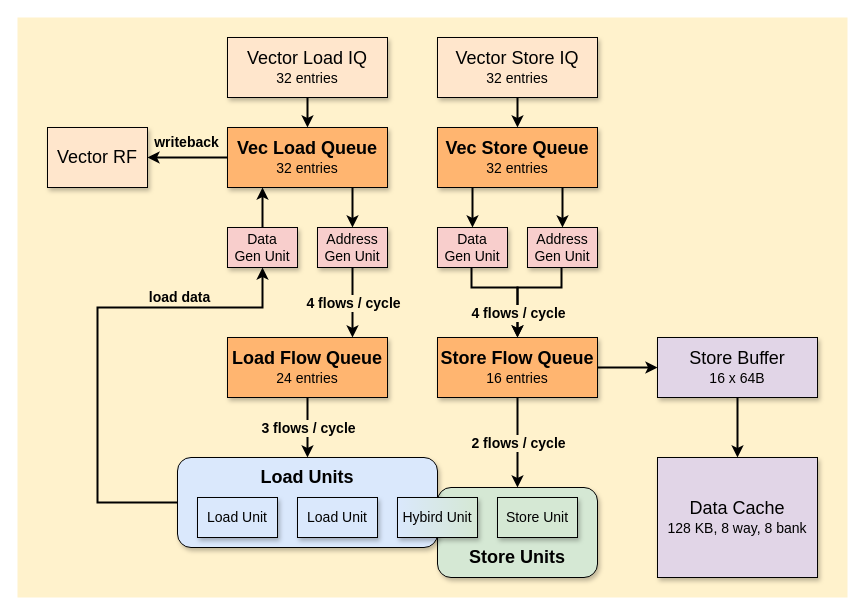
The draw.io diagram vector3.drawio in Ziyue-Zhang/draw_picture, before the edit. Source tidied: cells renumbered, new cells numbered last; positions are measured from the earlier drawing's top-left corner, leaving out a move shared by most shapes. Both pictures are drawn from the tidied source at 100%, with x=0, y=0 at pixel (17, 17).
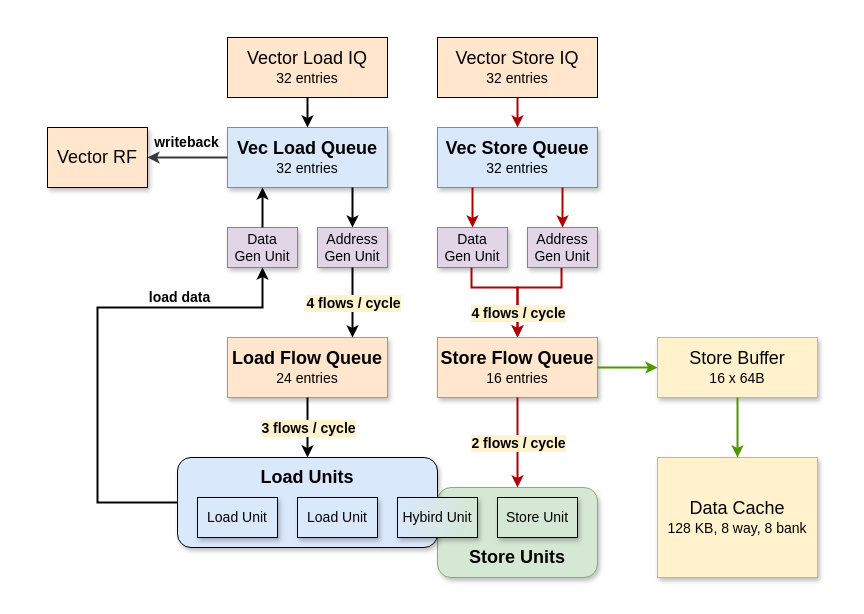
Above is the later version.

The change refers to these unchanged cells:
```xml
<mxCell id="35" value="&lt;font style=&quot;font-size: 18px;&quot;&gt;Vector RF&lt;/font&gt;" style="rounded=0;whiteSpace=wrap;html=1;fillColor=#ffe6cc;strokeColor=default;fontFamily=Helvetica;shadow=1;" parent="1" vertex="1">
  <mxGeometry x="30" y="110" width="100" height="60" as="geometry" />
</mxCell>
```

What changed in the source:
```diff
@@
-    <mxCell id="2" style="rounded=0;whiteSpace=wrap;html=1;fontSize=22;fillColor=#fff2cc;align=center;strokeColor=none;" parent="1" vertex="1">
-      <mxGeometry width="830" height="580" as="geometry" />
-    </mxCell>
-    <mxCell id="3" style="endArrow=classic;html=1;rounded=0;fontSize=14;strokeWidth=2;" parent="1" edge="1">
+    <mxCell id="3" style="endArrow=classic;html=1;rounded=0;fontSize=14;strokeWidth=2;fillColor=#e51400;strokeColor=#B20000;" parent="1" edge="1">
       <mxGeometry relative="1" as="geometry">
         <mxPoint x="544" y="250" as="sourcePoint" />
         <mxPoint x="500" y="320" as="targetPoint" />
         <Array as="points">
           <mxPoint x="544" y="270" />
           <mxPoint x="500" y="270" />
         </Array>
       </mxGeometry>
     </mxCell>
-    <mxCell id="4" style="rounded=1;whiteSpace=wrap;html=1;shadow=1;strokeColor=default;fontSize=14;fillColor=#d5e8d4;" parent="1" vertex="1">
+    <mxCell id="4" style="rounded=1;whiteSpace=wrap;html=1;shadow=1;strokeColor=#82b366;fontSize=14;fillColor=#d5e8d4;" parent="1" vertex="1">
       <mxGeometry x="420" y="470" width="160" height="90" as="geometry" />
     </mxCell>
@@
-    <mxCell id="6" value="&lt;font style=&quot;&quot;&gt;&lt;font style=&quot;font-size: 18px;&quot;&gt;Vector Load IQ&lt;/font&gt;&lt;br&gt;&lt;font style=&quot;font-size: 14px;&quot;&gt;32 entries&lt;/font&gt;&lt;/font&gt;" style="rounded=0;whiteSpace=wrap;html=1;fillColor=#ffe6cc;strokeColor=default;fontFamily=Helvetica;shadow=1;" parent="1" vertex="1">
+    <mxCell id="6" value="&lt;font style=&quot;&quot;&gt;&lt;font style=&quot;font-size: 18px;&quot;&gt;Vector Load IQ&lt;/font&gt;&lt;br&gt;&lt;font style=&quot;font-size: 14px;&quot;&gt;32 entries&lt;/font&gt;&lt;/font&gt;" style="rounded=0;whiteSpace=wrap;html=1;fillColor=#ffe6cc;strokeColor=default;fontFamily=Helvetica;shadow=0;" parent="1" vertex="1">
       <mxGeometry x="210" y="20" width="160" height="60" as="geometry" />
     </mxCell>
-    <mxCell id="7" value="&lt;font style=&quot;&quot;&gt;&lt;font style=&quot;font-size: 18px;&quot;&gt;Vector Store IQ&lt;/font&gt;&lt;br&gt;&lt;font style=&quot;font-size: 14px;&quot;&gt;32 entries&lt;/font&gt;&lt;/font&gt;" style="rounded=0;whiteSpace=wrap;html=1;fillColor=#ffe6cc;strokeColor=default;fontFamily=Helvetica;shadow=1;" parent="1" vertex="1">
+    <mxCell id="7" value="&lt;font style=&quot;&quot;&gt;&lt;font style=&quot;font-size: 18px;&quot;&gt;Vector Store IQ&lt;/font&gt;&lt;br&gt;&lt;font style=&quot;font-size: 14px;&quot;&gt;32 entries&lt;/font&gt;&lt;/font&gt;" style="rounded=0;whiteSpace=wrap;html=1;fillColor=#ffe6cc;strokeColor=default;fontFamily=Helvetica;shadow=0;" parent="1" vertex="1">
       <mxGeometry x="420" y="20" width="160" height="60" as="geometry" />
     </mxCell>
-    <mxCell id="8" value="&lt;b&gt;&lt;font style=&quot;font-size: 18px;&quot;&gt;Vec Load Queue&lt;/font&gt;&lt;/b&gt;&lt;br&gt;&lt;font style=&quot;font-size: 14px;&quot;&gt;32 entries&lt;/font&gt;" style="rounded=0;whiteSpace=wrap;html=1;fillColor=#FFB570;strokeColor=default;fontFamily=Helvetica;shadow=1;" parent="1" vertex="1">
+    <mxCell id="8" value="&lt;b&gt;&lt;font style=&quot;font-size: 18px;&quot;&gt;Vec Load Queue&lt;/font&gt;&lt;/b&gt;&lt;br&gt;&lt;font style=&quot;font-size: 14px;&quot;&gt;32 entries&lt;/font&gt;" style="rounded=0;whiteSpace=wrap;html=1;fillColor=#dae8fc;strokeColor=#6c8ebf;fontFamily=Helvetica;shadow=1;" parent="1" vertex="1">
       <mxGeometry x="210" y="110" width="160" height="60" as="geometry" />
     </mxCell>
@@
-    <mxCell id="12" value="&lt;b&gt;&lt;font style=&quot;font-size: 18px;&quot;&gt;Vec Store Queue&lt;/font&gt;&lt;/b&gt;&lt;br&gt;&lt;font style=&quot;font-size: 14px;&quot;&gt;32 entries&lt;/font&gt;" style="rounded=0;whiteSpace=wrap;html=1;fillColor=#FFB570;strokeColor=default;fontFamily=Helvetica;shadow=1;" parent="1" vertex="1">
+    <mxCell id="12" value="&lt;b&gt;&lt;font style=&quot;font-size: 18px;&quot;&gt;Vec Store Queue&lt;/font&gt;&lt;/b&gt;&lt;br&gt;&lt;font style=&quot;font-size: 14px;&quot;&gt;32 entries&lt;/font&gt;" style="rounded=0;whiteSpace=wrap;html=1;fillColor=#dae8fc;strokeColor=#6c8ebf;fontFamily=Helvetica;shadow=1;" parent="1" vertex="1">
       <mxGeometry x="420" y="110" width="160" height="60" as="geometry" />
     </mxCell>
@@
-    <mxCell id="14" value="&lt;font style=&quot;font-size: 14px;&quot;&gt;Address Gen Unit&lt;/font&gt;" style="rounded=0;whiteSpace=wrap;html=1;fillColor=#f8cecc;strokeColor=default;fontFamily=Helvetica;shadow=1;" parent="1" vertex="1">
+    <mxCell id="14" value="&lt;font style=&quot;font-size: 14px;&quot;&gt;Address Gen Unit&lt;/font&gt;" style="rounded=0;whiteSpace=wrap;html=1;fillColor=#e1d5e7;strokeColor=#9673a6;fontFamily=Helvetica;shadow=1;" parent="1" vertex="1">
       <mxGeometry x="510" y="210" width="70" height="40" as="geometry" />
     </mxCell>
-    <mxCell id="15" value="&lt;b&gt;&lt;font style=&quot;font-size: 18px;&quot;&gt;Load Flow Queue&lt;/font&gt;&lt;/b&gt;&lt;br&gt;&lt;font style=&quot;font-size: 14px;&quot;&gt;24 entries&lt;/font&gt;" style="rounded=0;whiteSpace=wrap;html=1;fillColor=#FFB570;strokeColor=default;fontFamily=Helvetica;shadow=1;" parent="1" vertex="1">
+    <mxCell id="15" value="&lt;b&gt;&lt;font style=&quot;font-size: 18px;&quot;&gt;Load Flow Queue&lt;/font&gt;&lt;/b&gt;&lt;br&gt;&lt;font style=&quot;font-size: 14px;&quot;&gt;24 entries&lt;/font&gt;" style="rounded=0;whiteSpace=wrap;html=1;fillColor=#ffe6cc;strokeColor=#d79b00;fontFamily=Helvetica;shadow=1;" parent="1" vertex="1">
       <mxGeometry x="210" y="320" width="160" height="60" as="geometry" />
     </mxCell>
-    <mxCell id="16" value="&lt;font size=&quot;1&quot; style=&quot;&quot;&gt;&lt;b style=&quot;font-size: 18px;&quot;&gt;Store Flow Queue&lt;/b&gt;&lt;/font&gt;&lt;br&gt;&lt;font style=&quot;font-size: 14px;&quot;&gt;16 entries&lt;/font&gt;" style="rounded=0;whiteSpace=wrap;html=1;fillColor=#FFB570;strokeColor=default;fontFamily=Helvetica;shadow=1;" parent="1" vertex="1">
+    <mxCell id="16" value="&lt;font size=&quot;1&quot; style=&quot;&quot;&gt;&lt;b style=&quot;font-size: 18px;&quot;&gt;Store Flow Queue&lt;/b&gt;&lt;/font&gt;&lt;br&gt;&lt;font style=&quot;font-size: 14px;&quot;&gt;16 entries&lt;/font&gt;" style="rounded=0;whiteSpace=wrap;html=1;fillColor=#ffe6cc;strokeColor=#d79b00;fontFamily=Helvetica;shadow=1;" parent="1" vertex="1">
       <mxGeometry x="420" y="320" width="160" height="60" as="geometry" />
     </mxCell>
-    <mxCell id="17" value="&lt;font style=&quot;font-size: 14px;&quot;&gt;Data &lt;br&gt;Gen Unit&lt;/font&gt;" style="rounded=0;whiteSpace=wrap;html=1;fillColor=#f8cecc;strokeColor=default;fontFamily=Helvetica;shadow=1;" parent="1" vertex="1">
+    <mxCell id="17" value="&lt;font style=&quot;font-size: 14px;&quot;&gt;Data &lt;br&gt;Gen Unit&lt;/font&gt;" style="rounded=0;whiteSpace=wrap;html=1;fillColor=#e1d5e7;strokeColor=#9673a6;fontFamily=Helvetica;shadow=1;" parent="1" vertex="1">
       <mxGeometry x="420" y="210" width="70" height="40" as="geometry" />
     </mxCell>
-    <mxCell id="18" value="&lt;font style=&quot;font-size: 14px;&quot;&gt;Address Gen Unit&lt;/font&gt;" style="rounded=0;whiteSpace=wrap;html=1;fillColor=#f8cecc;strokeColor=default;fontFamily=Helvetica;shadow=1;" parent="1" vertex="1">
+    <mxCell id="18" value="&lt;font style=&quot;font-size: 14px;&quot;&gt;Address Gen Unit&lt;/font&gt;" style="rounded=0;whiteSpace=wrap;html=1;fillColor=#e1d5e7;strokeColor=#9673a6;fontFamily=Helvetica;shadow=1;" parent="1" vertex="1">
       <mxGeometry x="300" y="210" width="70" height="40" as="geometry" />
     </mxCell>
-    <mxCell id="19" value="&lt;font style=&quot;font-size: 14px;&quot;&gt;Data &lt;br&gt;Gen Unit&lt;/font&gt;" style="rounded=0;whiteSpace=wrap;html=1;fillColor=#f8cecc;strokeColor=default;fontFamily=Helvetica;shadow=1;" parent="1" vertex="1">
+    <mxCell id="19" value="&lt;font style=&quot;font-size: 14px;&quot;&gt;Data &lt;br&gt;Gen Unit&lt;/font&gt;" style="rounded=0;whiteSpace=wrap;html=1;fillColor=#e1d5e7;strokeColor=#9673a6;fontFamily=Helvetica;shadow=1;" parent="1" vertex="1">
       <mxGeometry x="210" y="210" width="70" height="40" as="geometry" />
     </mxCell>
@@
-    <mxCell id="23" style="endArrow=classic;html=1;rounded=0;fontSize=14;exitX=0.5;exitY=1;exitDx=0;exitDy=0;entryX=0.5;entryY=0;entryDx=0;entryDy=0;strokeWidth=2;" parent="1" edge="1" source="7" target="12">
+    <mxCell id="23" style="endArrow=classic;html=1;rounded=0;fontSize=14;exitX=0.5;exitY=1;exitDx=0;exitDy=0;entryX=0.5;entryY=0;entryDx=0;entryDy=0;strokeWidth=2;fillColor=#e51400;strokeColor=#B20000;" parent="1" edge="1" source="7" target="12">
       <mxGeometry relative="1" as="geometry" />
     </mxCell>
@@
-    <mxCell id="26" style="endArrow=classic;html=1;rounded=0;fontSize=14;strokeWidth=2;exitX=0.5;exitY=1;exitDx=0;exitDy=0;entryX=0.5;entryY=0;entryDx=0;entryDy=0;" parent="1" edge="1" source="16" target="4">
+    <mxCell id="26" style="endArrow=classic;html=1;rounded=0;fontSize=14;strokeWidth=2;exitX=0.5;exitY=1;exitDx=0;exitDy=0;entryX=0.5;entryY=0;entryDx=0;entryDy=0;fillColor=#e51400;strokeColor=#B20000;" parent="1" edge="1" source="16" target="4">
       <mxGeometry relative="1" as="geometry" />
     </mxCell>
@@
-    <mxCell id="30" style="endArrow=classic;html=1;rounded=0;fontSize=14;strokeWidth=2;entryX=0.5;entryY=0;entryDx=0;entryDy=0;" parent="1" edge="1" target="16">
+    <mxCell id="30" style="endArrow=classic;html=1;rounded=0;fontSize=14;strokeWidth=2;entryX=0.5;entryY=0;entryDx=0;entryDy=0;fillColor=#e51400;strokeColor=#B20000;" parent="1" edge="1" target="16">
       <mxGeometry relative="1" as="geometry">
         <mxPoint x="454" y="250" as="sourcePoint" />
         <Array as="points">
           <mxPoint x="454" y="270" />
           <mxPoint x="500" y="270" />
         </Array>
       </mxGeometry>
     </mxCell>
@@
-    <mxCell id="33" value="&lt;font style=&quot;&quot;&gt;&lt;font style=&quot;font-size: 18px;&quot;&gt;Store Buffer&lt;/font&gt;&lt;br&gt;&lt;font style=&quot;font-size: 14px;&quot;&gt;16 x 64B&lt;/font&gt;&lt;/font&gt;" style="rounded=0;whiteSpace=wrap;html=1;fillColor=#e1d5e7;strokeColor=default;fontFamily=Helvetica;shadow=1;" parent="1" vertex="1">
+    <mxCell id="33" value="&lt;font style=&quot;&quot;&gt;&lt;font style=&quot;font-size: 18px;&quot;&gt;Store Buffer&lt;/font&gt;&lt;br&gt;&lt;font style=&quot;font-size: 14px;&quot;&gt;16 x 64B&lt;/font&gt;&lt;/font&gt;" style="rounded=0;whiteSpace=wrap;html=1;fillColor=#fff2cc;strokeColor=#d6b656;fontFamily=Helvetica;shadow=1;" parent="1" vertex="1">
       <mxGeometry x="640" y="320" width="160" height="60" as="geometry" />
     </mxCell>
-    <mxCell id="34" style="endArrow=classic;html=1;rounded=0;fontSize=14;exitX=1;exitY=0.5;exitDx=0;exitDy=0;entryX=0;entryY=0.5;entryDx=0;entryDy=0;strokeWidth=2;" parent="1" edge="1" source="16" target="33">
+    <mxCell id="34" style="endArrow=classic;html=1;rounded=0;fontSize=14;exitX=1;exitY=0.5;exitDx=0;exitDy=0;entryX=0;entryY=0.5;entryDx=0;entryDy=0;strokeWidth=2;fillColor=#d5e8d4;strokeColor=#4D9900;gradientColor=#97d077;" parent="1" edge="1" source="16" target="33">
       <mxGeometry relative="1" as="geometry" />
     </mxCell>
@@
-    <mxCell id="36" style="endArrow=classic;html=1;rounded=0;fontSize=14;exitX=0;exitY=0.5;exitDx=0;exitDy=0;entryX=1;entryY=0.5;entryDx=0;entryDy=0;strokeWidth=2;strokeColor=default;" parent="1" edge="1" source="8" target="35">
+    <mxCell id="36" style="endArrow=classic;html=1;rounded=0;fontSize=14;exitX=0;exitY=0.5;exitDx=0;exitDy=0;entryX=1;entryY=0.5;entryDx=0;entryDy=0;strokeWidth=2;strokeColor=#36393d;fillColor=#cdeb8b;" parent="1" edge="1" source="8" target="35">
       <mxGeometry relative="1" as="geometry" />
     </mxCell>
@@
-    <mxCell id="39" style="endArrow=classic;html=1;rounded=0;fontSize=14;exitX=0.5;exitY=1;exitDx=0;exitDy=0;entryX=0.5;entryY=0;entryDx=0;entryDy=0;strokeWidth=2;" parent="1" edge="1" source="33" target="40">
+    <mxCell id="39" style="endArrow=classic;html=1;rounded=0;fontSize=14;exitX=0.5;exitY=1;exitDx=0;exitDy=0;entryX=0.5;entryY=0;entryDx=0;entryDy=0;strokeWidth=2;fillColor=#d5e8d4;gradientColor=#97d077;strokeColor=#4D9900;" parent="1" edge="1" source="33" target="40">
       <mxGeometry relative="1" as="geometry" />
     </mxCell>
-    <mxCell id="40" value="&lt;font style=&quot;&quot;&gt;&lt;font style=&quot;font-size: 18px;&quot;&gt;Data Cache&lt;/font&gt;&lt;br&gt;&lt;font style=&quot;font-size: 14px;&quot;&gt;128 KB,&amp;nbsp;&lt;/font&gt;&lt;font style=&quot;font-size: 14px;&quot;&gt;8 way, 8 bank&lt;br&gt;&lt;/font&gt;&lt;/font&gt;" style="rounded=0;whiteSpace=wrap;html=1;fillColor=#e1d5e7;strokeColor=default;fontFamily=Helvetica;shadow=1;" parent="1" vertex="1">
+    <mxCell id="40" value="&lt;font style=&quot;&quot;&gt;&lt;font style=&quot;font-size: 18px;&quot;&gt;Data Cache&lt;/font&gt;&lt;br&gt;&lt;font style=&quot;font-size: 14px;&quot;&gt;128 KB,&amp;nbsp;&lt;/font&gt;&lt;font style=&quot;font-size: 14px;&quot;&gt;8 way, 8 bank&lt;br&gt;&lt;/font&gt;&lt;/font&gt;" style="rounded=0;whiteSpace=wrap;html=1;fillColor=#fff2cc;strokeColor=#d6b656;fontFamily=Helvetica;shadow=1;" parent="1" vertex="1">
       <mxGeometry x="640" y="440" width="160" height="120" as="geometry" />
     </mxCell>
-    <mxCell id="41" style="endArrow=classic;html=1;rounded=0;fontSize=14;strokeWidth=2;" parent="1" edge="1">
+    <mxCell id="41" style="endArrow=classic;html=1;rounded=0;fontSize=14;strokeWidth=2;fillColor=#e51400;strokeColor=#B20000;" parent="1" edge="1">
       <mxGeometry relative="1" as="geometry">
         <mxPoint x="455" y="170" as="sourcePoint" />
         <mxPoint x="455" y="210" as="targetPoint" />
       </mxGeometry>
     </mxCell>
-    <mxCell id="42" style="endArrow=classic;html=1;rounded=0;fontSize=14;strokeWidth=2;" parent="1" edge="1">
+    <mxCell id="42" style="endArrow=classic;html=1;rounded=0;fontSize=14;strokeWidth=2;fillColor=#e51400;strokeColor=#B20000;" parent="1" edge="1">
       <mxGeometry relative="1" as="geometry">
         <mxPoint x="545" y="170" as="sourcePoint" />
         <mxPoint x="545" y="210" as="targetPoint" />
       </mxGeometry>
     </mxCell>
```
